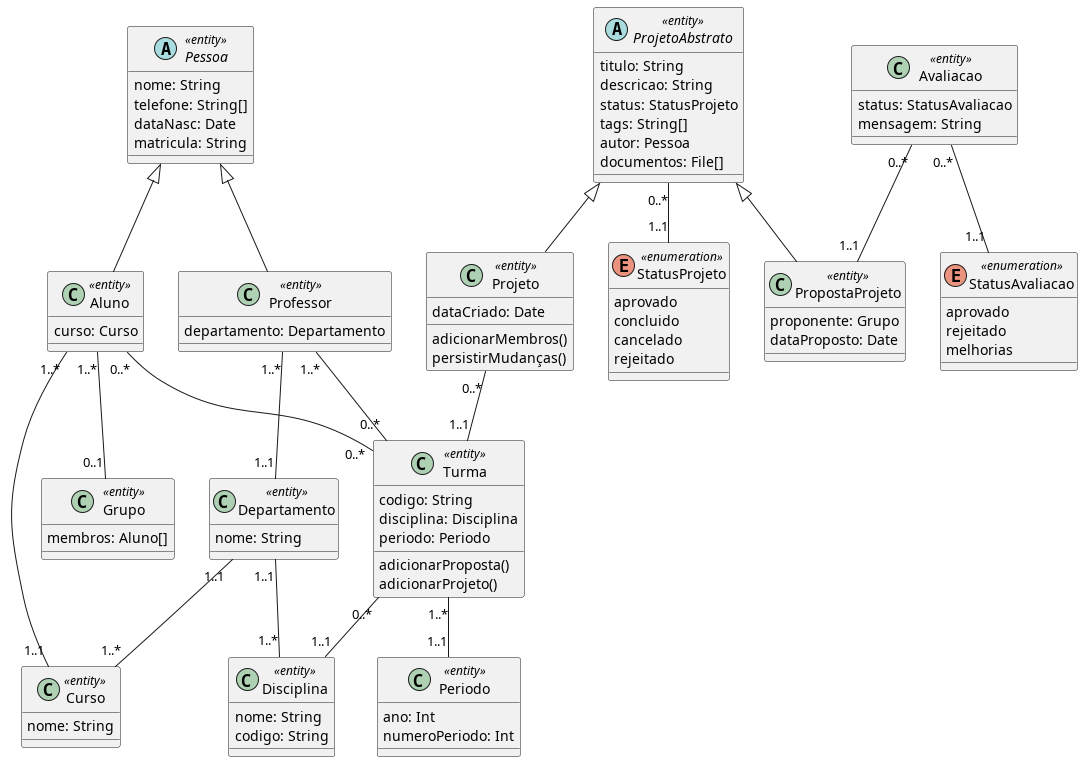
This is diagramas/classe_projeto/base.png from Pedro-V/projetorium, a PlantUML export, as it was before one commit.
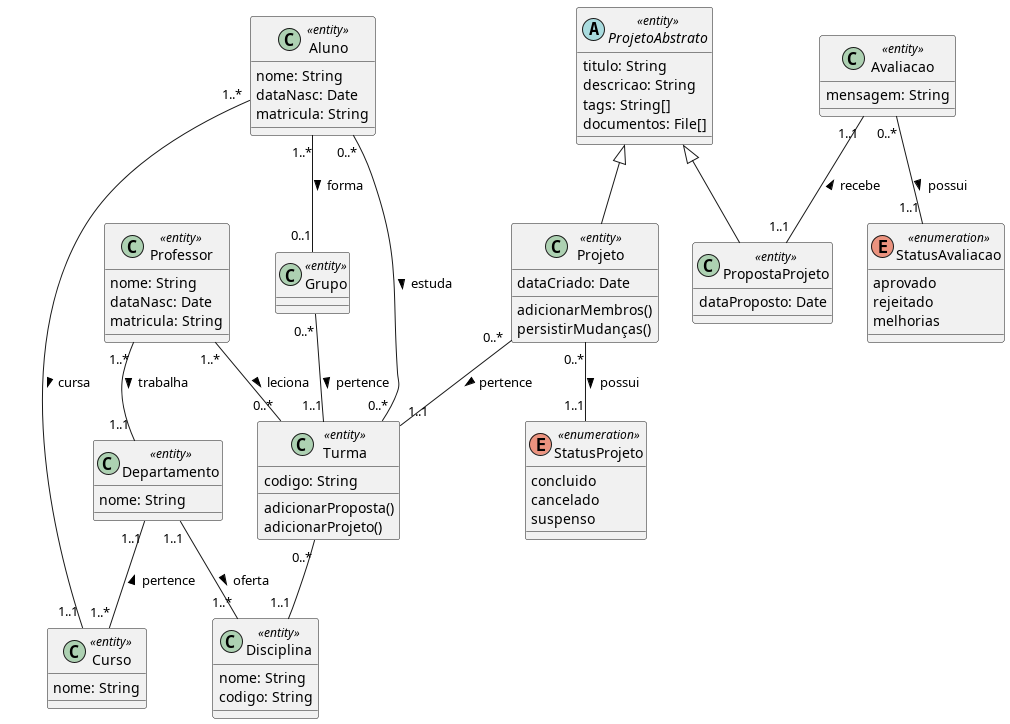
The same diagram one commit later.

The edit, as a diff of the source:
```diff
@@ -1,13 +1,4 @@
 @startuml
-!startsub Pessoa
-abstract class Pessoa <<entity>> {
-  nome: String
-  telefone: String[]
-  dataNasc: Date
-  matricula: String
-}
-!endsub
-
 !startsub Departamento
 class Departamento <<entity>> {
   nome: String
@@ -29,28 +20,30 @@
 
 !startsub Professor
 class Professor <<entity>> {
-  departamento: Departamento
+  nome: String
+  dataNasc: Date
+  matricula: String
 }
 !endsub
 
 !startsub Aluno
 class Aluno <<entity>> {
-  curso: Curso
+  nome: String
+  dataNasc: Date
+  matricula: String
 }
 !endsub
 
 !startsub Grupo
 class Grupo <<entity>> {
-  membros: Aluno[]
 }
 !endsub
 
 !startsub StatusProjeto
 enum StatusProjeto <<enumeration>> {
-  aprovado
   concluido
   cancelado
-  rejeitado
+  suspenso
 }
 !endsub
 
@@ -58,9 +51,7 @@
 abstract class ProjetoAbstrato <<entity>> {
   titulo: String
   descricao: String
-  status: StatusProjeto
   tags: String[]
-  autor: Pessoa
   documentos: File[]
 }
 !endsub
@@ -76,30 +67,19 @@
 !startsub Turma
 class Turma <<entity>> {
   codigo: String
-  disciplina: Disciplina
-  periodo: Periodo
   adicionarProposta()
   adicionarProjeto()
 }
 !endsub
 
-!startsub Periodo
-class Periodo <<entity>> {
-  ano: Int
-  numeroPeriodo: Int
-}
-!endsub
-
 !startsub PropostaProjeto
 class PropostaProjeto <<entity>> {
-  proponente: Grupo
   dataProposto: Date
 }
 !endsub
 
 !startsub Avaliacao
 class Avaliacao <<entity>> {
-  status: StatusAvaliacao
   mensagem: String
 }
 !endsub
@@ -112,28 +92,25 @@
 }
 !endsub
 
-Avaliacao "0..*" -- "1..1" StatusAvaliacao
-Avaliacao "0..*" -- "1..1" PropostaProjeto
-
-Pessoa <|-- Professor
-Pessoa <|-- Aluno
-
-Aluno "1..*" -- "0..1" Grupo
-Aluno "0..*" -- "0..*" Turma
-Aluno "1..*" -- "1..1" Curso
-
-Professor "1..*" -- "1..1" Departamento
-Professor "1..*" -- "0..*" Turma
-
-Departamento "1..1" -- "1..*" Disciplina
-Departamento "1..1" -- "1..*" Curso
-
-Turma "1..*" -- "1..1" Periodo
-Turma "0..*" -- "1..1" Disciplina
-
 ProjetoAbstrato <|-- Projeto
 ProjetoAbstrato <|-- PropostaProjeto
 
-ProjetoAbstrato "0..*" -- "1..1" StatusProjeto
-Projeto "0..*" -- "1..1" Turma
+Avaliacao "0..*" -- "1..1" StatusAvaliacao : possui >
+Avaliacao "1..1" -- "1..1" PropostaProjeto : recebe <
+
+Aluno "1..*" -- "0..1" Grupo : forma >
+Grupo "0..*" -- "1..1" Turma : pertence >
+Aluno "0..*" -- "0..*" Turma : estuda >
+Aluno "1..*" -- "1..1" Curso : cursa >
+
+Professor "1..*" -- "1..1" Departamento : trabalha >
+Professor "1..*" -- "0..*" Turma : leciona >
+
+Departamento "1..1" -- "1..*" Disciplina : oferta >
+Departamento "1..1" -- "1..*" Curso : pertence <
+
+Turma "0..*" -- "1..1" Disciplina
+
+Projeto "0..*" -- "1..1" StatusProjeto : possui >
+Projeto "0..*" -- "1..1" Turma : pertence >
 @enduml
```
